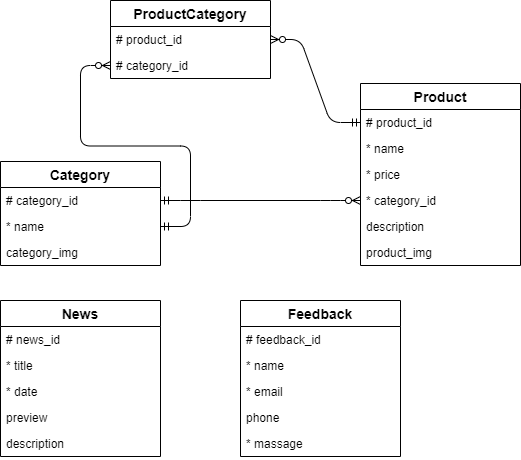
Before: DB/ER-диаграмма.png, a diagram exported from draw.io (igor-ka97/bootcamp-block3). Source tidied: cells renumbered, new cells last; positions are measured from the earlier drawing's top-left corner, leaving out a move shared by most shapes.
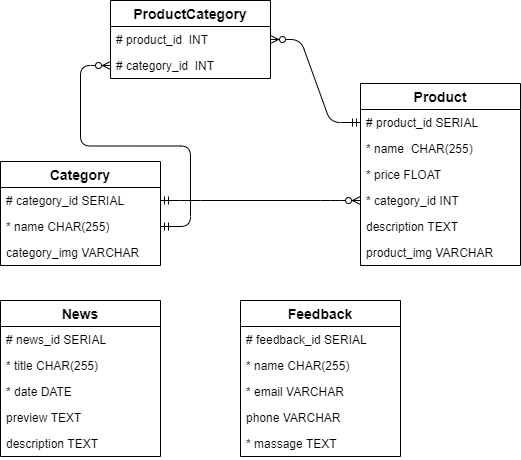
The same file after the commit.

What changed in the source:
```diff
@@ -14,79 +14,79 @@
     <mxCell id="5" value="Product" style="swimlane;fontStyle=1;horizontal=1;startSize=26;align=center;fontSize=14;rounded=0;shadow=0;glass=0;comic=0;gradientColor=none;" parent="1" vertex="1">
       <mxGeometry x="360" y="83" width="160" height="182" as="geometry" />
     </mxCell>
-    <mxCell id="6" value="# product_id" style="text;strokeColor=none;fillColor=none;spacingLeft=4;spacingRight=4;overflow=hidden;points=[[0,0.5],[1,0.5]];portConstraint=eastwest;fontSize=12;" parent="5" vertex="1">
+    <mxCell id="6" value="# product_id SERIAL" style="text;strokeColor=none;fillColor=none;spacingLeft=4;spacingRight=4;overflow=hidden;points=[[0,0.5],[1,0.5]];portConstraint=eastwest;fontSize=12;" parent="5" vertex="1">
       <mxGeometry y="26" width="160" height="26" as="geometry" />
     </mxCell>
-    <mxCell id="7" value="* name" style="text;strokeColor=none;fillColor=none;spacingLeft=4;spacingRight=4;overflow=hidden;fontSize=12;rounded=0;shadow=0;glass=0;comic=0;startSize=26;" parent="5" vertex="1">
+    <mxCell id="7" value="* name  CHAR(255)" style="text;strokeColor=none;fillColor=none;spacingLeft=4;spacingRight=4;overflow=hidden;fontSize=12;rounded=0;shadow=0;glass=0;comic=0;startSize=26;" parent="5" vertex="1">
       <mxGeometry y="52" width="160" height="26" as="geometry" />
     </mxCell>
-    <mxCell id="8" value="* price" style="text;strokeColor=none;fillColor=none;spacingLeft=4;spacingRight=4;overflow=hidden;fontSize=12;rounded=0;shadow=0;glass=0;comic=0;startSize=26;" parent="5" vertex="1">
+    <mxCell id="8" value="* price FLOAT" style="text;strokeColor=none;fillColor=none;spacingLeft=4;spacingRight=4;overflow=hidden;fontSize=12;rounded=0;shadow=0;glass=0;comic=0;startSize=26;" parent="5" vertex="1">
       <mxGeometry y="78" width="160" height="26" as="geometry" />
     </mxCell>
-    <mxCell id="9" value="* category_id" style="text;strokeColor=none;fillColor=none;spacingLeft=4;spacingRight=4;overflow=hidden;points=[[0,0.5],[1,0.5]];portConstraint=eastwest;fontSize=12;rounded=0;shadow=0;glass=0;comic=0;startSize=26;" parent="5" vertex="1">
+    <mxCell id="9" value="* category_id INT" style="text;strokeColor=none;fillColor=none;spacingLeft=4;spacingRight=4;overflow=hidden;points=[[0,0.5],[1,0.5]];portConstraint=eastwest;fontSize=12;rounded=0;shadow=0;glass=0;comic=0;startSize=26;" parent="5" vertex="1">
       <mxGeometry y="104" width="160" height="26" as="geometry" />
     </mxCell>
-    <mxCell id="10" value="description" style="text;strokeColor=none;fillColor=none;spacingLeft=4;spacingRight=4;overflow=hidden;fontSize=12;" parent="5" vertex="1">
+    <mxCell id="10" value="description TEXT" style="text;strokeColor=none;fillColor=none;spacingLeft=4;spacingRight=4;overflow=hidden;fontSize=12;" parent="5" vertex="1">
       <mxGeometry y="130" width="160" height="26" as="geometry" />
     </mxCell>
-    <mxCell id="11" value="product_img" style="text;strokeColor=none;fillColor=none;spacingLeft=4;spacingRight=4;overflow=hidden;fontSize=12;" parent="5" vertex="1">
+    <mxCell id="11" value="product_img VARCHAR" style="text;strokeColor=none;fillColor=none;spacingLeft=4;spacingRight=4;overflow=hidden;fontSize=12;" parent="5" vertex="1">
       <mxGeometry y="156" width="160" height="26" as="geometry" />
     </mxCell>
     <mxCell id="12" value="ProductCategory" style="swimlane;fontStyle=1;horizontal=1;startSize=26;align=center;fontSize=14;rounded=0;shadow=0;glass=0;comic=0;gradientColor=none;" parent="1" vertex="1">
       <mxGeometry x="110" width="160" height="78" as="geometry" />
     </mxCell>
-    <mxCell id="13" value="# product_id" style="text;strokeColor=none;fillColor=none;spacingLeft=4;spacingRight=4;overflow=hidden;points=[[0,0.5],[1,0.5]];portConstraint=eastwest;fontSize=12;" parent="12" vertex="1">
+    <mxCell id="13" value="# product_id  INT" style="text;strokeColor=none;fillColor=none;spacingLeft=4;spacingRight=4;overflow=hidden;points=[[0,0.5],[1,0.5]];portConstraint=eastwest;fontSize=12;" parent="12" vertex="1">
       <mxGeometry y="26" width="160" height="26" as="geometry" />
     </mxCell>
-    <mxCell id="14" value="# category_id" style="text;strokeColor=none;fillColor=none;spacingLeft=4;spacingRight=4;overflow=hidden;points=[[0,0.5],[1,0.5]];portConstraint=eastwest;fontSize=12;" parent="12" vertex="1">
+    <mxCell id="14" value="# category_id  INT" style="text;strokeColor=none;fillColor=none;spacingLeft=4;spacingRight=4;overflow=hidden;points=[[0,0.5],[1,0.5]];portConstraint=eastwest;fontSize=12;" parent="12" vertex="1">
       <mxGeometry y="52" width="160" height="26" as="geometry" />
     </mxCell>
     <mxCell id="15" value="Category" style="swimlane;fontStyle=1;horizontal=1;startSize=26;align=center;fontSize=14;" parent="1" vertex="1">
       <mxGeometry y="161" width="160" height="104" as="geometry" />
     </mxCell>
-    <mxCell id="16" value="# category_id" style="text;strokeColor=none;fillColor=none;spacingLeft=4;spacingRight=4;overflow=hidden;points=[[0,0.5],[1,0.5]];portConstraint=eastwest;fontSize=12;" parent="15" vertex="1">
+    <mxCell id="16" value="# category_id SERIAL" style="text;strokeColor=none;fillColor=none;spacingLeft=4;spacingRight=4;overflow=hidden;points=[[0,0.5],[1,0.5]];portConstraint=eastwest;fontSize=12;" parent="15" vertex="1">
       <mxGeometry y="26" width="160" height="26" as="geometry" />
     </mxCell>
-    <mxCell id="17" value="* name" style="text;strokeColor=none;fillColor=none;spacingLeft=4;spacingRight=4;overflow=hidden;points=[[0,0.5],[1,0.5]];portConstraint=eastwest;fontSize=12;" parent="15" vertex="1">
+    <mxCell id="17" value="* name CHAR(255)" style="text;strokeColor=none;fillColor=none;spacingLeft=4;spacingRight=4;overflow=hidden;points=[[0,0.5],[1,0.5]];portConstraint=eastwest;fontSize=12;" parent="15" vertex="1">
       <mxGeometry y="52" width="160" height="26" as="geometry" />
     </mxCell>
-    <mxCell id="18" value="category_img" style="text;strokeColor=none;fillColor=none;spacingLeft=4;spacingRight=4;overflow=hidden;fontSize=12;" parent="15" vertex="1">
+    <mxCell id="18" value="category_img VARCHAR" style="text;strokeColor=none;fillColor=none;spacingLeft=4;spacingRight=4;overflow=hidden;fontSize=12;" parent="15" vertex="1">
       <mxGeometry y="78" width="160" height="26" as="geometry" />
     </mxCell>
     <mxCell id="19" value="News" style="swimlane;fontStyle=1;horizontal=1;startSize=26;align=center;fontSize=14;rounded=0;shadow=0;glass=0;comic=0;gradientColor=none;" parent="1" vertex="1">
       <mxGeometry y="300" width="160" height="156" as="geometry" />
     </mxCell>
-    <mxCell id="20" value="# news_id" style="text;strokeColor=none;fillColor=none;spacingLeft=4;spacingRight=4;overflow=hidden;fontSize=12;" parent="19" vertex="1">
+    <mxCell id="20" value="# news_id SERIAL" style="text;strokeColor=none;fillColor=none;spacingLeft=4;spacingRight=4;overflow=hidden;fontSize=12;" parent="19" vertex="1">
       <mxGeometry y="26" width="160" height="26" as="geometry" />
     </mxCell>
-    <mxCell id="21" value="* title" style="text;strokeColor=none;fillColor=none;spacingLeft=4;spacingRight=4;overflow=hidden;fontSize=12;" parent="19" vertex="1">
+    <mxCell id="21" value="* title CHAR(255)" style="text;strokeColor=none;fillColor=none;spacingLeft=4;spacingRight=4;overflow=hidden;fontSize=12;" parent="19" vertex="1">
       <mxGeometry y="52" width="160" height="26" as="geometry" />
     </mxCell>
-    <mxCell id="22" value="* date" style="text;strokeColor=none;fillColor=none;spacingLeft=4;spacingRight=4;overflow=hidden;fontSize=12;rounded=0;shadow=0;glass=0;comic=0;startSize=26;" parent="19" vertex="1">
+    <mxCell id="22" value="* date DATE" style="text;strokeColor=none;fillColor=none;spacingLeft=4;spacingRight=4;overflow=hidden;fontSize=12;rounded=0;shadow=0;glass=0;comic=0;startSize=26;" parent="19" vertex="1">
       <mxGeometry y="78" width="160" height="26" as="geometry" />
     </mxCell>
-    <mxCell id="23" value="preview" style="text;strokeColor=none;fillColor=none;spacingLeft=4;spacingRight=4;overflow=hidden;fontSize=12;" parent="19" vertex="1">
+    <mxCell id="23" value="preview TEXT" style="text;strokeColor=none;fillColor=none;spacingLeft=4;spacingRight=4;overflow=hidden;fontSize=12;" parent="19" vertex="1">
       <mxGeometry y="104" width="160" height="26" as="geometry" />
     </mxCell>
-    <mxCell id="24" value="description" style="text;strokeColor=none;fillColor=none;spacingLeft=4;spacingRight=4;overflow=hidden;fontSize=12;rounded=0;shadow=0;glass=0;comic=0;startSize=26;" parent="19" vertex="1">
+    <mxCell id="24" value="description TEXT" style="text;strokeColor=none;fillColor=none;spacingLeft=4;spacingRight=4;overflow=hidden;fontSize=12;rounded=0;shadow=0;glass=0;comic=0;startSize=26;" parent="19" vertex="1">
       <mxGeometry y="130" width="160" height="26" as="geometry" />
     </mxCell>
     <mxCell id="25" value="Feedback" style="swimlane;fontStyle=1;horizontal=1;startSize=26;align=center;fontSize=14;rounded=0;shadow=0;glass=0;comic=0;gradientColor=none;" parent="1" vertex="1">
       <mxGeometry x="240" y="300" width="160" height="156" as="geometry" />
     </mxCell>
-    <mxCell id="26" value="# feedback_id" style="text;strokeColor=none;fillColor=none;spacingLeft=4;spacingRight=4;overflow=hidden;fontSize=12;" parent="25" vertex="1">
+    <mxCell id="26" value="# feedback_id SERIAL" style="text;strokeColor=none;fillColor=none;spacingLeft=4;spacingRight=4;overflow=hidden;fontSize=12;" parent="25" vertex="1">
       <mxGeometry y="26" width="160" height="26" as="geometry" />
     </mxCell>
-    <mxCell id="27" value="* name" style="text;strokeColor=none;fillColor=none;spacingLeft=4;spacingRight=4;overflow=hidden;fontSize=12;" parent="25" vertex="1">
+    <mxCell id="27" value="* name CHAR(255)" style="text;strokeColor=none;fillColor=none;spacingLeft=4;spacingRight=4;overflow=hidden;fontSize=12;" parent="25" vertex="1">
       <mxGeometry y="52" width="160" height="26" as="geometry" />
     </mxCell>
-    <mxCell id="28" value="* email" style="text;strokeColor=none;fillColor=none;spacingLeft=4;spacingRight=4;overflow=hidden;fontSize=12;rounded=0;shadow=0;glass=0;comic=0;startSize=26;" parent="25" vertex="1">
+    <mxCell id="28" value="* email VARCHAR" style="text;strokeColor=none;fillColor=none;spacingLeft=4;spacingRight=4;overflow=hidden;fontSize=12;rounded=0;shadow=0;glass=0;comic=0;startSize=26;" parent="25" vertex="1">
       <mxGeometry y="78" width="160" height="26" as="geometry" />
     </mxCell>
-    <mxCell id="29" value="phone" style="text;strokeColor=none;fillColor=none;spacingLeft=4;spacingRight=4;overflow=hidden;fontSize=12;" parent="25" vertex="1">
+    <mxCell id="29" value="phone VARCHAR" style="text;strokeColor=none;fillColor=none;spacingLeft=4;spacingRight=4;overflow=hidden;fontSize=12;" parent="25" vertex="1">
       <mxGeometry y="104" width="160" height="26" as="geometry" />
     </mxCell>
-    <mxCell id="30" value="* massage" style="text;strokeColor=none;fillColor=none;spacingLeft=4;spacingRight=4;overflow=hidden;fontSize=12;rounded=0;shadow=0;glass=0;comic=0;startSize=26;" parent="25" vertex="1">
+    <mxCell id="30" value="* massage TEXT" style="text;strokeColor=none;fillColor=none;spacingLeft=4;spacingRight=4;overflow=hidden;fontSize=12;rounded=0;shadow=0;glass=0;comic=0;startSize=26;" parent="25" vertex="1">
       <mxGeometry y="130" width="160" height="26" as="geometry" />
     </mxCell>
   </root>
```
